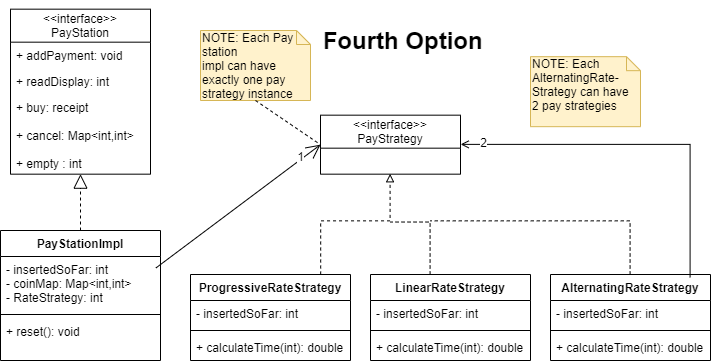
Agent215/JavaParkingMeterPayStation keeps this draw.io diagram as Option4.png. Above is the earlier version. Source tidied: cells renumbered, new cells last; positions are measured from the earlier drawing's top-left corner, leaving out a move shared by most shapes.
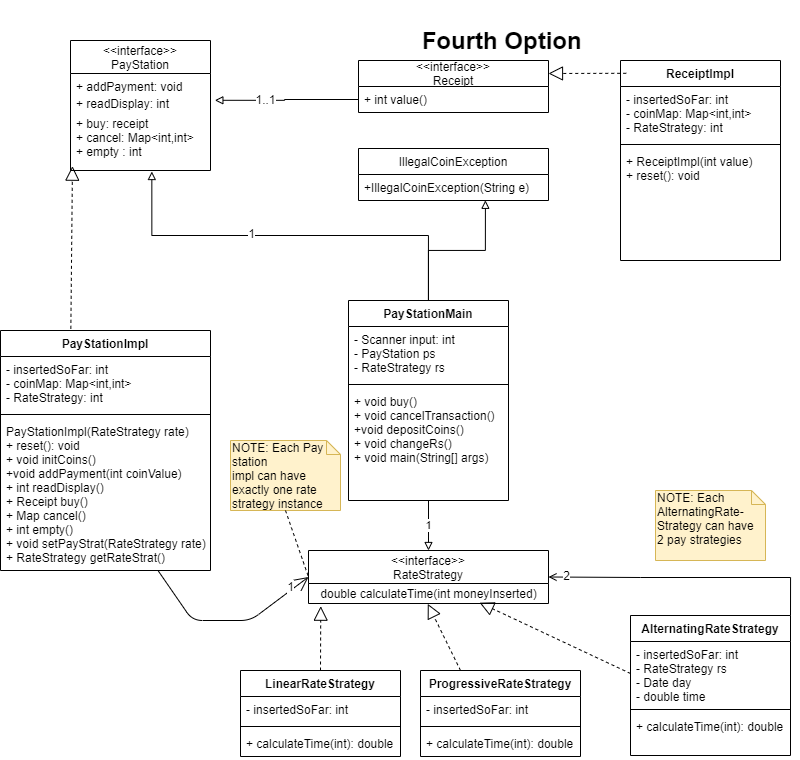
After the change.

Commit message:
added up to date UML

updated UML made with draw.io Netbeans plugin UML was not the best.

What changed in the source:
```diff
@@ -3,45 +3,34 @@
     <mxCell id="0" />
     <mxCell id="1" parent="0" />
     <mxCell id="2" value="&lt;&lt;interface&gt;&gt;&#10;PayStation" style="swimlane;fontStyle=0;horizontal=1;startSize=33;fillColor=none;" parent="1" vertex="1">
-      <mxGeometry x="10" y="8.7" width="140" height="165" as="geometry" />
+      <mxGeometry x="-30" y="40" width="140" height="130" as="geometry" />
     </mxCell>
     <mxCell id="3" value="+ addPayment: void" style="text;strokeColor=none;fillColor=none;align=left;verticalAlign=top;spacingLeft=4;spacingRight=4;overflow=hidden;" parent="2" vertex="1">
-      <mxGeometry y="33" width="140" height="26" as="geometry" />
+      <mxGeometry y="33" width="140" height="17" as="geometry" />
     </mxCell>
     <mxCell id="4" value="+ readDisplay: int" style="text;strokeColor=none;fillColor=none;align=left;verticalAlign=top;spacingLeft=4;spacingRight=4;overflow=hidden;" parent="2" vertex="1">
-      <mxGeometry y="59" width="140" height="26" as="geometry" />
+      <mxGeometry y="50" width="140" height="20" as="geometry" />
     </mxCell>
-    <mxCell id="5" value="+ buy: receipt &#10;&#10;+ cancel: Map&lt;int,int&gt;&#10;&#10;+ empty : int &#10;" style="text;strokeColor=none;fillColor=none;align=left;verticalAlign=top;spacingLeft=4;spacingRight=4;overflow=hidden;points=[[0,0.5],[1,0.5]];portConstraint=eastwest;" parent="2" vertex="1">
-      <mxGeometry y="85" width="140" height="80" as="geometry" />
+    <mxCell id="5" value="+ buy: receipt &#10;+ cancel: Map&lt;int,int&gt;&#10;+ empty : int " style="text;strokeColor=none;fillColor=none;align=left;verticalAlign=top;spacingLeft=4;spacingRight=4;overflow=hidden;points=[[0,0.5],[1,0.5]];portConstraint=eastwest;" parent="2" vertex="1">
+      <mxGeometry y="70" width="140" height="60" as="geometry" />
     </mxCell>
     <mxCell id="6" value="PayStationImpl" style="swimlane;fontStyle=1;align=center;verticalAlign=top;horizontal=1;startSize=26;" parent="1" vertex="1">
-      <mxGeometry y="230" width="160" height="130" as="geometry" />
+      <mxGeometry x="-100" y="330" width="210" height="240" as="geometry" />
     </mxCell>
     <mxCell id="7" value="- insertedSoFar: int&#10;- coinMap: Map&lt;int,int&gt;&#10;- RateStrategy: int&#10;" style="text;strokeColor=none;fillColor=none;align=left;verticalAlign=top;spacingLeft=4;spacingRight=4;overflow=hidden;points=[[0,0.5],[1,0.5]];portConstraint=eastwest;" parent="6" vertex="1">
-      <mxGeometry y="26" width="160" height="54" as="geometry" />
+      <mxGeometry y="26" width="210" height="54" as="geometry" />
     </mxCell>
     <mxCell id="8" style="line;strokeWidth=1;fillColor=none;align=left;verticalAlign=middle;spacingTop=-1;spacingLeft=3;spacingRight=3;labelPosition=right;" parent="6" vertex="1">
-      <mxGeometry y="80" width="160" height="8" as="geometry" />
+      <mxGeometry y="80" width="210" height="8" as="geometry" />
     </mxCell>
-    <mxCell id="9" value="+ reset(): void" style="text;strokeColor=none;fillColor=none;align=left;verticalAlign=top;spacingLeft=4;spacingRight=4;overflow=hidden;points=[[0,0.5],[1,0.5]];portConstraint=eastwest;" parent="6" vertex="1">
-      <mxGeometry y="88" width="160" height="42" as="geometry" />
+    <mxCell id="9" value="PayStationImpl(RateStrategy rate)&#10;+ reset(): void&#10;+ void initCoins()&#10;+void addPayment(int coinValue)&#10;+ int readDisplay()&#10;+ Receipt buy()&#10;+ Map cancel()&#10;+ int empty()&#10;+ void setPayStrat(RateStrategy rate)&#10;+ RateStrategy getRateStrat()" style="text;strokeColor=none;fillColor=none;align=left;verticalAlign=top;spacingLeft=4;spacingRight=4;overflow=hidden;points=[[0,0.5],[1,0.5]];portConstraint=eastwest;" parent="6" vertex="1">
+      <mxGeometry y="88" width="210" height="152" as="geometry" />
     </mxCell>
-    <mxCell id="10" value="NOTE: Each Pay station&amp;nbsp;&lt;br&gt;impl can have&amp;nbsp;&lt;br&gt;exactly one pay&lt;br&gt;strategy instance" style="shape=note;whiteSpace=wrap;html=1;size=14;verticalAlign=top;align=left;spacingTop=-6;fillColor=#fff2cc;strokeColor=#d6b656;" parent="1" vertex="1">
-      <mxGeometry x="200" y="30" width="110" height="70" as="geometry" />
+    <mxCell id="10" value="NOTE: Each Pay station&amp;nbsp;&lt;br&gt;impl can have&amp;nbsp;&lt;br&gt;exactly one rate&lt;br&gt;strategy instance" style="shape=note;whiteSpace=wrap;html=1;size=14;verticalAlign=top;align=left;spacingTop=-6;fillColor=#fff2cc;strokeColor=#d6b656;" parent="1" vertex="1">
+      <mxGeometry x="130" y="440" width="110" height="70" as="geometry" />
     </mxCell>
-    <mxCell id="11" style="endArrow=block;dashed=1;endFill=0;endSize=12;html=1;exitX=0.5;exitY=0;exitDx=0;exitDy=0;" parent="1" edge="1" source="6" target="5">
-      <mxGeometry relative="1" as="geometry" />
-    </mxCell>
-    <mxCell id="12" style="edgeStyle=orthogonalEdgeStyle;rounded=0;jettySize=auto;html=1;endArrow=block;endFill=0;dashed=1;entryX=0.5;entryY=1;entryDx=0;entryDy=0;strokeWidth=1;" parent="1" edge="1" source="13" target="23">
-      <mxGeometry relative="1" as="geometry">
-        <Array as="points">
-          <mxPoint x="320" y="220" />
-          <mxPoint x="390" y="220" />
-        </Array>
-      </mxGeometry>
-    </mxCell>
     <mxCell id="13" value="ProgressiveRateStrategy" style="swimlane;fontStyle=1;align=center;verticalAlign=top;horizontal=1;startSize=26;" parent="1" vertex="1">
-      <mxGeometry x="190" y="274" width="160" height="86" as="geometry" />
+      <mxGeometry x="320" y="670" width="160" height="86" as="geometry" />
     </mxCell>
     <mxCell id="14" value="- insertedSoFar: int" style="text;strokeColor=none;fillColor=none;align=left;verticalAlign=top;spacingLeft=4;spacingRight=4;overflow=hidden;" parent="13" vertex="1">
       <mxGeometry y="26" width="160" height="26" as="geometry" />
@@ -52,34 +41,34 @@
     <mxCell id="16" value="+ calculateTime(int): double" style="text;strokeColor=none;fillColor=none;align=left;verticalAlign=top;spacingLeft=4;spacingRight=4;overflow=hidden;" parent="13" vertex="1">
       <mxGeometry y="60" width="160" height="26" as="geometry" />
     </mxCell>
-    <mxCell id="17" style="edgeStyle=orthogonalEdgeStyle;rounded=0;jettySize=auto;html=1;dashed=1;endArrow=none;endFill=0;strokeWidth=1;" parent="1" edge="1" source="18">
-      <mxGeometry relative="1" as="geometry">
-        <mxPoint x="430" y="220" as="targetPoint" />
-        <Array as="points">
-          <mxPoint x="630" y="220" />
-        </Array>
-      </mxGeometry>
-    </mxCell>
     <mxCell id="18" value="AlternatingRateStrategy" style="swimlane;fontStyle=1;align=center;verticalAlign=top;horizontal=1;startSize=26;" parent="1" vertex="1">
-      <mxGeometry x="550" y="274" width="160" height="86" as="geometry" />
+      <mxGeometry x="530" y="615" width="160" height="140" as="geometry" />
     </mxCell>
-    <mxCell id="19" value="- insertedSoFar: int" style="text;strokeColor=none;fillColor=none;align=left;verticalAlign=top;spacingLeft=4;spacingRight=4;overflow=hidden;points=[[0,0.5],[1,0.5]];portConstraint=eastwest;" parent="18" vertex="1">
-      <mxGeometry y="26" width="160" height="26" as="geometry" />
+    <mxCell id="19" value="- insertedSoFar: int&#10;- RateStrategy rs&#10;- Date day&#10;- double time&#10;" style="text;strokeColor=none;fillColor=none;align=left;verticalAlign=top;spacingLeft=4;spacingRight=4;overflow=hidden;points=[[0,0.5],[1,0.5]];portConstraint=eastwest;" parent="18" vertex="1">
+      <mxGeometry y="26" width="160" height="64" as="geometry" />
     </mxCell>
     <mxCell id="20" style="line;strokeWidth=1;fillColor=none;align=left;verticalAlign=middle;spacingTop=-1;spacingLeft=3;spacingRight=3;labelPosition=right;" parent="18" vertex="1">
-      <mxGeometry y="52" width="160" height="8" as="geometry" />
+      <mxGeometry y="90" width="160" height="8" as="geometry" />
     </mxCell>
     <mxCell id="21" value="+ calculateTime(int): double" style="text;strokeColor=none;fillColor=none;align=left;verticalAlign=top;spacingLeft=4;spacingRight=4;overflow=hidden;" parent="18" vertex="1">
-      <mxGeometry y="60" width="160" height="26" as="geometry" />
+      <mxGeometry y="98" width="160" height="42" as="geometry" />
     </mxCell>
     <mxCell id="22" value="&lt;b&gt;&lt;font style=&quot;font-size: 24px&quot;&gt;Fourth Option&amp;nbsp;&lt;/font&gt;&lt;/b&gt;" style="text;html=1;strokeColor=none;fillColor=none;align=center;verticalAlign=middle;whiteSpace=wrap;rounded=0;" parent="1" vertex="1">
       <mxGeometry x="320" width="170" height="80" as="geometry" />
     </mxCell>
-    <mxCell id="23" value="&lt;&lt;interface&gt;&gt;&#10;PayStrategy" style="swimlane;fontStyle=0;horizontal=1;startSize=33;fillColor=none;" parent="1" vertex="1">
-      <mxGeometry x="320" y="114.7" width="140" height="59" as="geometry" />
+    <mxCell id="23" value="&lt;&lt;interface&gt;&gt;&#10;RateStrategy" style="swimlane;fontStyle=0;horizontal=1;startSize=33;fillColor=none;" parent="1" vertex="1">
+      <mxGeometry x="208" y="550" width="240" height="53" as="geometry" />
     </mxCell>
+    <mxCell id="35" value="double calculateTime(int moneyInserted)" style="text;html=1;align=center;verticalAlign=middle;points=[];" parent="23" vertex="1">
+      <mxGeometry y="33" width="240" height="20" as="geometry" />
+    </mxCell>
-    <mxCell id="24" style="endArrow=open;endFill=1;endSize=12;html=1;exitX=0.972;exitY=0.211;exitDx=0;exitDy=0;exitPerimeter=0;entryX=0;entryY=0.5;entryDx=0;entryDy=0;" parent="1" edge="1" source="7" target="23">
-      <mxGeometry relative="1" as="geometry" />
+    <mxCell id="24" style="endArrow=open;endFill=1;endSize=12;html=1;entryX=0;entryY=0.5;entryDx=0;entryDy=0;" parent="1" edge="1" source="9" target="23">
+      <mxGeometry relative="1" as="geometry">
+        <Array as="points">
+          <mxPoint x="92" y="620" />
+          <mxPoint x="150" y="620" />
+        </Array>
+      </mxGeometry>
     </mxCell>
     <mxCell id="25" value="1" style="text;html=1;align=center;verticalAlign=middle;labelBackgroundColor=#ffffff;" parent="24" vertex="1">
       <mxGeometry x="0.64" relative="1" as="geometry">
@@ -89,16 +78,8 @@
     <mxCell id="26" style="endArrow=none;dashed=1;html=1;entryX=0;entryY=0.5;entryDx=0;entryDy=0;exitX=0.5;exitY=1;exitDx=0;exitDy=0;exitPerimeter=0;" parent="1" edge="1" source="10" target="23">
       <mxGeometry relative="1" as="geometry" />
     </mxCell>
-    <mxCell id="27" style="edgeStyle=orthogonalEdgeStyle;rounded=0;jettySize=auto;html=1;dashed=1;endArrow=none;endFill=0;strokeWidth=1;" parent="1" edge="1" source="28">
-      <mxGeometry relative="1" as="geometry">
-        <mxPoint x="390" y="222" as="targetPoint" />
-        <Array as="points">
-          <mxPoint x="430" y="222" />
-        </Array>
-      </mxGeometry>
-    </mxCell>
     <mxCell id="28" value="LinearRateStrategy" style="swimlane;fontStyle=1;align=center;verticalAlign=top;horizontal=1;startSize=26;" parent="1" vertex="1">
-      <mxGeometry x="370" y="274" width="160" height="86" as="geometry" />
+      <mxGeometry x="140" y="670" width="160" height="86" as="geometry" />
     </mxCell>
     <mxCell id="29" value="- insertedSoFar: int" style="text;strokeColor=none;fillColor=none;align=left;verticalAlign=top;spacingLeft=4;spacingRight=4;overflow=hidden;" parent="28" vertex="1">
       <mxGeometry y="26" width="160" height="26" as="geometry" />
@@ -109,11 +90,11 @@
     <mxCell id="31" value="+ calculateTime(int): double" style="text;strokeColor=none;fillColor=none;align=left;verticalAlign=top;spacingLeft=4;spacingRight=4;overflow=hidden;" parent="28" vertex="1">
       <mxGeometry y="60" width="160" height="26" as="geometry" />
     </mxCell>
-    <mxCell id="32" style="edgeStyle=orthogonalEdgeStyle;rounded=0;jettySize=auto;html=1;entryX=1;entryY=0.5;entryDx=0;entryDy=0;endArrow=open;endFill=0;" parent="1" edge="1" target="23">
+    <mxCell id="32" style="edgeStyle=orthogonalEdgeStyle;rounded=0;jettySize=auto;html=1;entryX=1;entryY=0.5;entryDx=0;entryDy=0;endArrow=open;endFill=0;" parent="1" edge="1" source="18" target="23">
       <mxGeometry relative="1" as="geometry">
-        <mxPoint x="690" y="277" as="sourcePoint" />
         <Array as="points">
-          <mxPoint x="690" y="144" />
+          <mxPoint x="690" y="577" />
+          <mxPoint x="540" y="577" />
         </Array>
       </mxGeometry>
     </mxCell>
@@ -121,7 +102,76 @@
       <mxGeometry x="0.88" y="-2" relative="1" as="geometry" />
     </mxCell>
     <mxCell id="34" value="NOTE: Each&amp;nbsp;&amp;nbsp;&lt;br&gt;AlternatingRate-&lt;br&gt;Strategy can have&amp;nbsp;&lt;br&gt;2 pay strategies&amp;nbsp;" style="shape=note;whiteSpace=wrap;html=1;size=14;verticalAlign=top;align=left;spacingTop=-6;fillColor=#fff2cc;strokeColor=#d6b656;" parent="1" vertex="1">
-      <mxGeometry x="530" y="56.2" width="110" height="70" as="geometry" />
+      <mxGeometry x="555" y="490" width="110" height="70" as="geometry" />
     </mxCell>
+    <mxCell id="36" value="1" style="edgeStyle=orthogonalEdgeStyle;rounded=0;jettySize=auto;html=1;endArrow=block;endFill=0;" parent="1" edge="1" source="40" target="23">
+      <mxGeometry relative="1" as="geometry" />
+    </mxCell>
+    <mxCell id="37" style="edgeStyle=orthogonalEdgeStyle;rounded=0;jettySize=auto;html=1;entryX=0.581;entryY=1.017;entryDx=0;entryDy=0;entryPerimeter=0;endArrow=block;endFill=0;" parent="1" edge="1" source="40" target="5">
+      <mxGeometry relative="1" as="geometry" />
+    </mxCell>
+    <mxCell id="38" value="1" style="text;html=1;align=center;verticalAlign=middle;labelBackgroundColor=#ffffff;" parent="37" vertex="1">
+      <mxGeometry x="0.2" y="-3" relative="1" as="geometry" />
+    </mxCell>
+    <mxCell id="39" style="edgeStyle=orthogonalEdgeStyle;rounded=0;jettySize=auto;html=1;endArrow=block;endFill=0;entryX=0.668;entryY=0.993;entryDx=0;entryDy=0;entryPerimeter=0;" parent="1" edge="1" source="40" target="45">
+      <mxGeometry relative="1" as="geometry" />
+    </mxCell>
+    <mxCell id="40" value="PayStationMain" style="swimlane;fontStyle=1;align=center;verticalAlign=top;horizontal=1;startSize=26;" parent="1" vertex="1">
+      <mxGeometry x="248" y="300" width="160" height="200" as="geometry" />
+    </mxCell>
+    <mxCell id="41" value="- Scanner input: int&#10;- PayStation ps&#10;- RateStrategy rs&#10;" style="text;strokeColor=none;fillColor=none;align=left;verticalAlign=top;spacingLeft=4;spacingRight=4;overflow=hidden;" parent="40" vertex="1">
+      <mxGeometry y="26" width="160" height="54" as="geometry" />
+    </mxCell>
+    <mxCell id="42" style="line;strokeWidth=1;fillColor=none;align=left;verticalAlign=middle;spacingTop=-1;spacingLeft=3;spacingRight=3;labelPosition=right;" parent="40" vertex="1">
+      <mxGeometry y="80" width="160" height="8" as="geometry" />
+    </mxCell>
+    <mxCell id="43" value="+ void buy()&#10;+ void cancelTransaction()&#10;+void depositCoins()&#10;+ void changeRs()&#10;+ void main(String[] args)" style="text;strokeColor=none;fillColor=none;align=left;verticalAlign=top;spacingLeft=4;spacingRight=4;overflow=hidden;" parent="40" vertex="1">
+      <mxGeometry y="88" width="160" height="112" as="geometry" />
+    </mxCell>
+    <mxCell id="44" value="IllegalCoinException" style="swimlane;fontStyle=0;horizontal=1;startSize=26;fillColor=none;" parent="1" vertex="1">
+      <mxGeometry x="258" y="148" width="190" height="52" as="geometry" />
+    </mxCell>
+    <mxCell id="45" value="+IllegalCoinException(String e)" style="text;strokeColor=none;fillColor=none;align=left;verticalAlign=top;spacingLeft=4;spacingRight=4;overflow=hidden;points=[[0,0.5],[1,0.5]];portConstraint=eastwest;" parent="44" vertex="1">
+      <mxGeometry y="26" width="190" height="26" as="geometry" />
+    </mxCell>
+    <mxCell id="46" value="&lt;&lt;interface&gt;&gt;&#10;Receipt" style="swimlane;fontStyle=0;horizontal=1;startSize=26;fillColor=none;" parent="1" vertex="1">
+      <mxGeometry x="258" y="60" width="190" height="52" as="geometry" />
+    </mxCell>
+    <mxCell id="47" value="+ int value()" style="text;strokeColor=none;fillColor=none;align=left;verticalAlign=top;spacingLeft=4;spacingRight=4;overflow=hidden;points=[[0,0.5],[1,0.5]];portConstraint=eastwest;" parent="46" vertex="1">
+      <mxGeometry y="26" width="190" height="26" as="geometry" />
+    </mxCell>
+    <mxCell id="48" value="ReceiptImpl" style="swimlane;fontStyle=1;align=center;verticalAlign=top;horizontal=1;startSize=26;" parent="1" vertex="1">
+      <mxGeometry x="520" y="60" width="160" height="200" as="geometry" />
+    </mxCell>
+    <mxCell id="49" value="- insertedSoFar: int&#10;- coinMap: Map&lt;int,int&gt;&#10;- RateStrategy: int&#10;" style="text;strokeColor=none;fillColor=none;align=left;verticalAlign=top;spacingLeft=4;spacingRight=4;overflow=hidden;" parent="48" vertex="1">
+      <mxGeometry y="26" width="160" height="54" as="geometry" />
+    </mxCell>
+    <mxCell id="50" style="line;strokeWidth=1;fillColor=none;align=left;verticalAlign=middle;spacingTop=-1;spacingLeft=3;spacingRight=3;labelPosition=right;" parent="48" vertex="1">
+      <mxGeometry y="80" width="160" height="8" as="geometry" />
+    </mxCell>
+    <mxCell id="51" value="+ ReceiptImpl(int value)&#10;+ reset(): void" style="text;strokeColor=none;fillColor=none;align=left;verticalAlign=top;spacingLeft=4;spacingRight=4;overflow=hidden;" parent="48" vertex="1">
+      <mxGeometry y="88" width="160" height="112" as="geometry" />
+    </mxCell>
+    <mxCell id="52" style="endArrow=block;dashed=1;endFill=0;endSize=12;html=1;exitX=0.036;exitY=0.064;exitDx=0;exitDy=0;exitPerimeter=0;entryX=1;entryY=0.25;entryDx=0;entryDy=0;" parent="1" edge="1" source="48" target="46">
+      <mxGeometry relative="1" as="geometry" />
+    </mxCell>
+    <mxCell id="53" style="endArrow=block;dashed=1;endFill=0;endSize=12;html=1;entryX=0.051;entryY=1.135;entryDx=0;entryDy=0;entryPerimeter=0;exitX=0.5;exitY=0;exitDx=0;exitDy=0;" parent="1" edge="1" source="28" target="35">
+      <mxGeometry relative="1" as="geometry" />
+    </mxCell>
+    <mxCell id="54" style="endArrow=block;dashed=1;endFill=0;endSize=12;html=1;entryX=0.497;entryY=1.018;entryDx=0;entryDy=0;entryPerimeter=0;exitX=0.25;exitY=0;exitDx=0;exitDy=0;" parent="1" edge="1" source="13" target="35">
+      <mxGeometry relative="1" as="geometry" />
+    </mxCell>
+    <mxCell id="55" style="endArrow=block;dashed=1;endFill=0;endSize=12;html=1;entryX=0.713;entryY=0.959;entryDx=0;entryDy=0;entryPerimeter=0;exitX=0;exitY=0.5;exitDx=0;exitDy=0;" parent="1" edge="1" source="19" target="35">
+      <mxGeometry relative="1" as="geometry" />
+    </mxCell>
+    <mxCell id="56" style="edgeStyle=orthogonalEdgeStyle;rounded=0;jettySize=auto;html=1;entryX=1.031;entryY=-0.17;entryDx=0;entryDy=0;entryPerimeter=0;endArrow=block;endFill=0;" parent="1" edge="1" source="47" target="5">
+      <mxGeometry relative="1" as="geometry" />
+    </mxCell>
+    <mxCell id="57" value="1..1" style="text;html=1;align=center;verticalAlign=middle;labelBackgroundColor=#ffffff;" parent="56" vertex="1">
+      <mxGeometry x="0.3" y="-1" relative="1" as="geometry" />
+    </mxCell>
+    <mxCell id="11" style="endArrow=block;dashed=1;endFill=0;endSize=12;html=1;exitX=0.335;exitY=-0.007;exitDx=0;exitDy=0;exitPerimeter=0;entryX=0.014;entryY=0.928;entryDx=0;entryDy=0;entryPerimeter=0;" parent="1" edge="1" source="6" target="5">
+      <mxGeometry relative="1" as="geometry" />
+    </mxCell>
   </root>
 </mxGraphModel>
```
